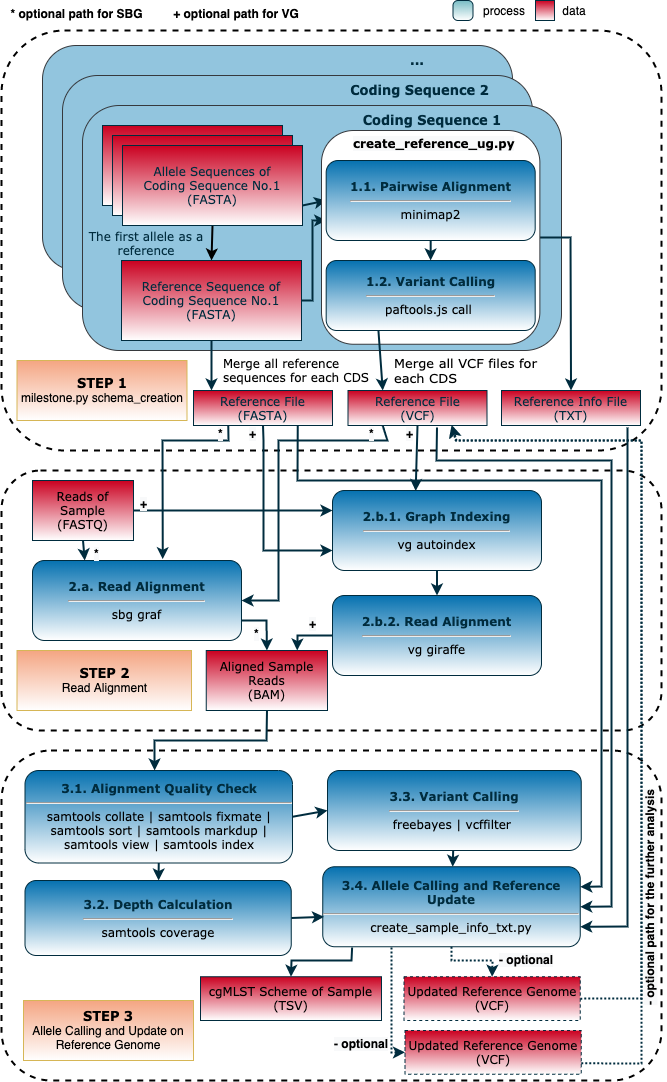
fatmakahveci/milestone keeps this draw.io diagram as images/milestone_ug_workflow.png. Above is the earlier version. Source tidied: cells renumbered, new cells last; positions are measured from the earlier drawing's top-left corner, leaving out a move shared by most shapes.
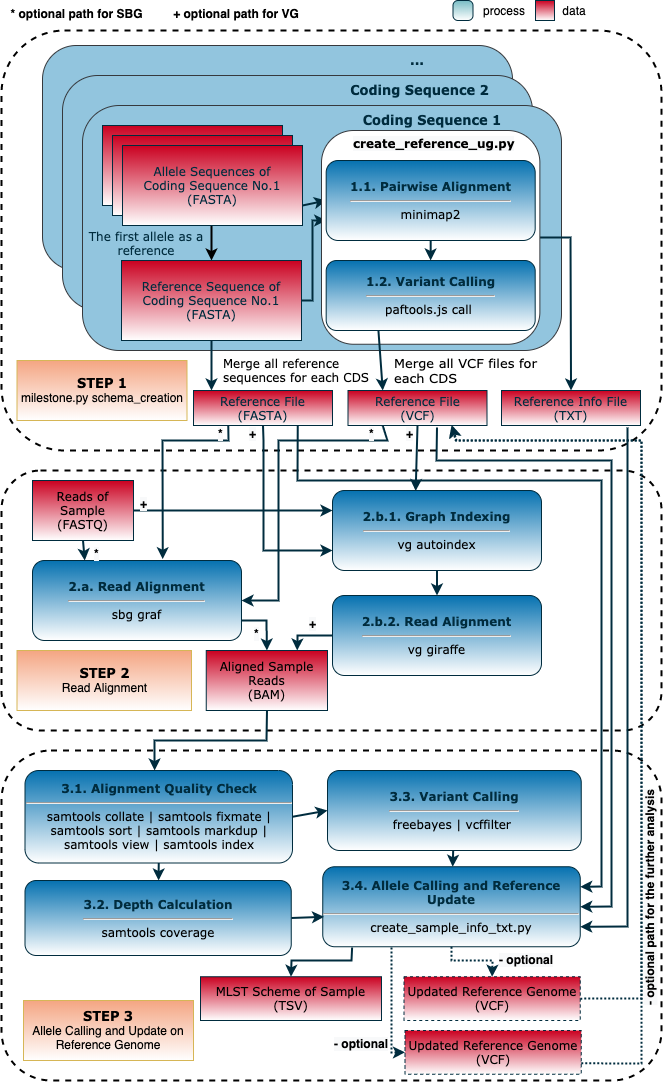
The same file after the commit.

What changed in the source:
```diff
@@ -165,7 +165,7 @@
     <mxCell id="49" value="&lt;b style=&quot;font-family: &amp;#34;helvetica&amp;#34; ; font-size: 12px ; font-style: normal ; letter-spacing: normal ; text-align: center ; text-indent: 0px ; text-transform: none ; word-spacing: 0px ; background-color: rgb(248 , 249 , 250)&quot;&gt;- optional path for the further analysis&lt;/b&gt;" style="text;whiteSpace=wrap;html=1;rotation=-90;" parent="1" vertex="1">
       <mxGeometry x="538.4" y="880" width="223.8" height="30" as="geometry" />
     </mxCell>
-    <mxCell id="50" value="cgMLST Scheme of Sample&lt;br&gt;(TSV)" style="rounded=0;whiteSpace=wrap;html=1;fillColor=#ca0020;strokeColor=#002C3E;glass=0;gradientColor=#ffffff;fontFamily=Verdana;fontStyle=0;" parent="1" vertex="1">
+    <mxCell id="50" value="MLST Scheme of Sample&lt;br&gt;(TSV)" style="rounded=0;whiteSpace=wrap;html=1;fillColor=#ca0020;strokeColor=#002C3E;glass=0;gradientColor=#ffffff;fontFamily=Verdana;fontStyle=0;" parent="1" vertex="1">
       <mxGeometry x="199" y="976.2" width="181" height="43.8" as="geometry" />
     </mxCell>
     <mxCell id="51" value="Updated Reference Genome&lt;br&gt;(VCF)" style="rounded=0;whiteSpace=wrap;html=1;fillColor=#ca0020;strokeColor=#002C3E;glass=0;gradientColor=#ffffff;fontFamily=Verdana;fontStyle=0;dashed=1;" parent="1" vertex="1">
```
